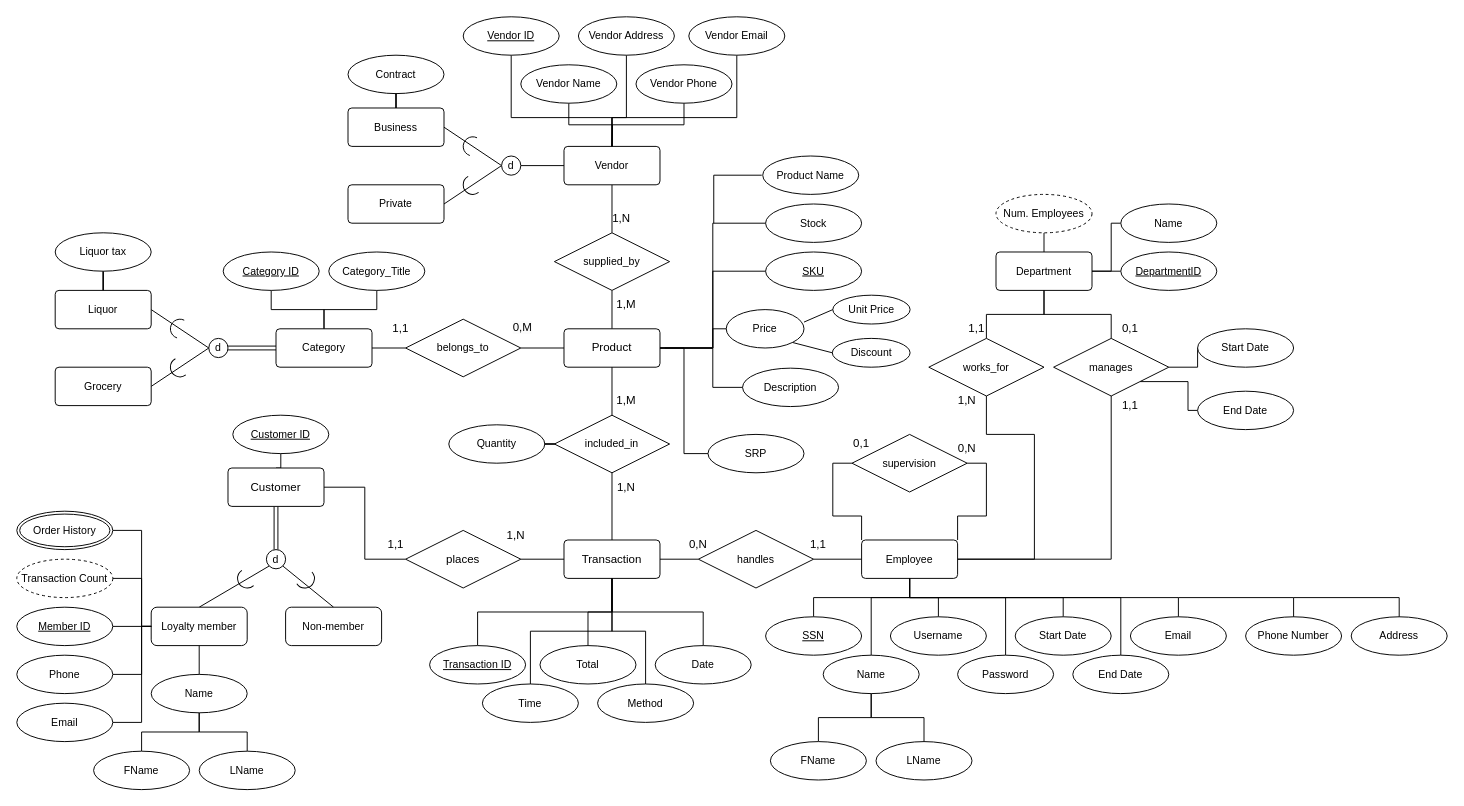
Above: Scotts_Bar_2_ERD.drawio in vincentgruse/ScottsBar2 (draw.io), before the change. Source tidied: cells renumbered, new cells numbered last; positions are measured from the earlier drawing's top-left corner, leaving out a move shared by most shapes. Both pictures are drawn from the tidied source at 96%, with x=0, y=0 at pixel (16, 16).
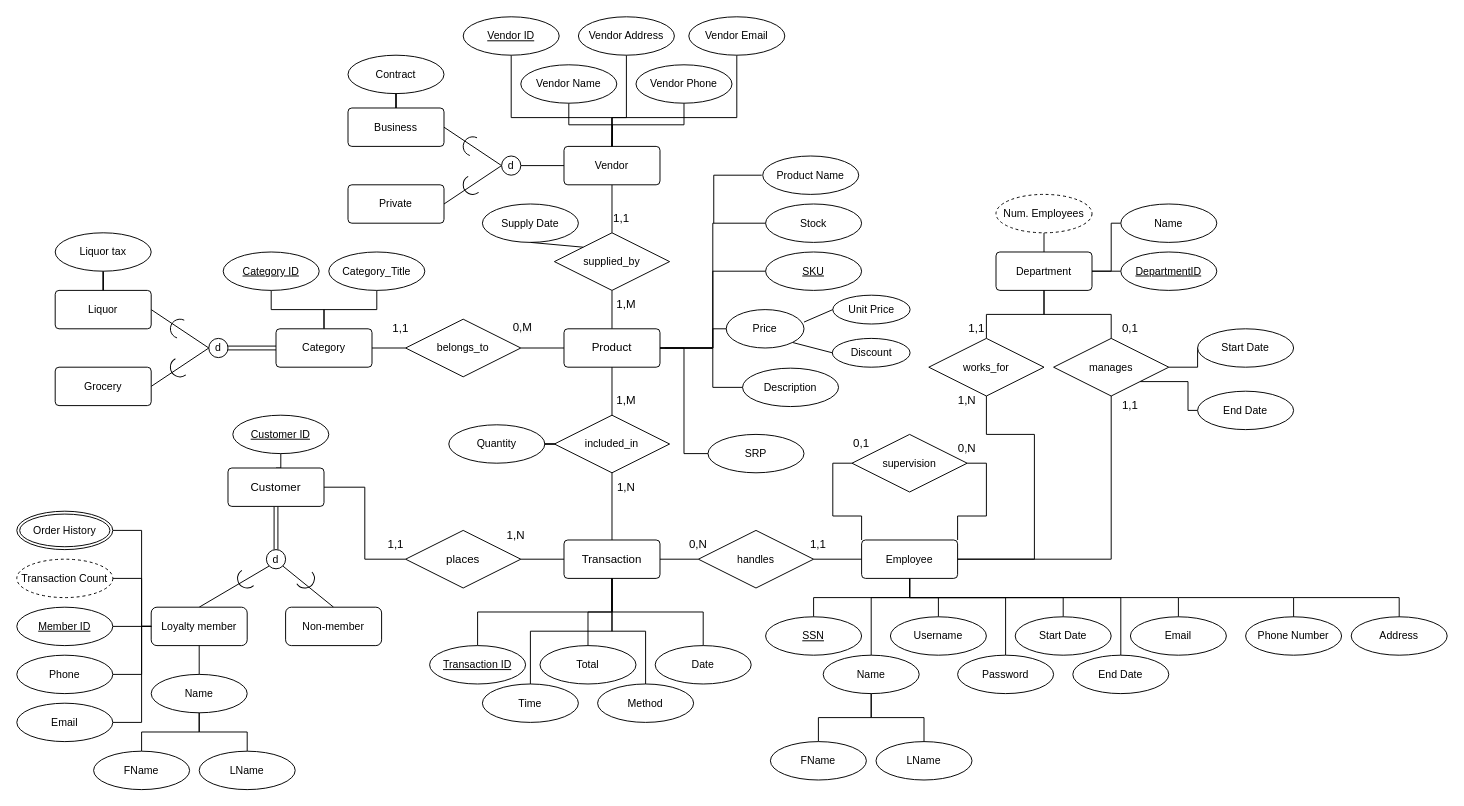
Above is the later version.

Unchanged cells that the change refers to:
```xml
<mxCell id="21" value="supplied_by" style="shape=rhombus;perimeter=rhombusPerimeter;whiteSpace=wrap;html=1;align=center;fontFamily=Helvetica;fontSize=11;fontColor=default;labelBackgroundColor=default;" parent="1" vertex="1">
  <mxGeometry x="560" y="225" width="120" height="60" as="geometry" />
</mxCell>
```

Change to the diagram source:
```diff
@@
-    <mxCell id="142" value="1,N" style="text;strokeColor=none;align=center;fillColor=none;html=1;verticalAlign=middle;whiteSpace=wrap;rounded=0;" parent="1" vertex="1">
+    <mxCell id="142" value="1,1" style="text;strokeColor=none;align=center;fillColor=none;html=1;verticalAlign=middle;whiteSpace=wrap;rounded=0;" parent="1" vertex="1">
       <mxGeometry x="600" y="195" width="60" height="30" as="geometry" />
     </mxCell>
@@
+    <mxCell id="170" value="Supply Date" style="ellipse;whiteSpace=wrap;html=1;align=center;fontFamily=Helvetica;fontSize=11;fontColor=default;labelBackgroundColor=default;" parent="1" vertex="1">
+      <mxGeometry x="485" y="195" width="100" height="40" as="geometry" />
+    </mxCell>
+    <mxCell id="171" style="endArrow=none;html=1;rounded=0;exitX=0.5;exitY=1;exitDx=0;exitDy=0;entryX=0;entryY=0;entryDx=0;entryDy=0;" parent="1" edge="1" source="170" target="21">
+      <mxGeometry relative="1" as="geometry" />
+    </mxCell>
```
